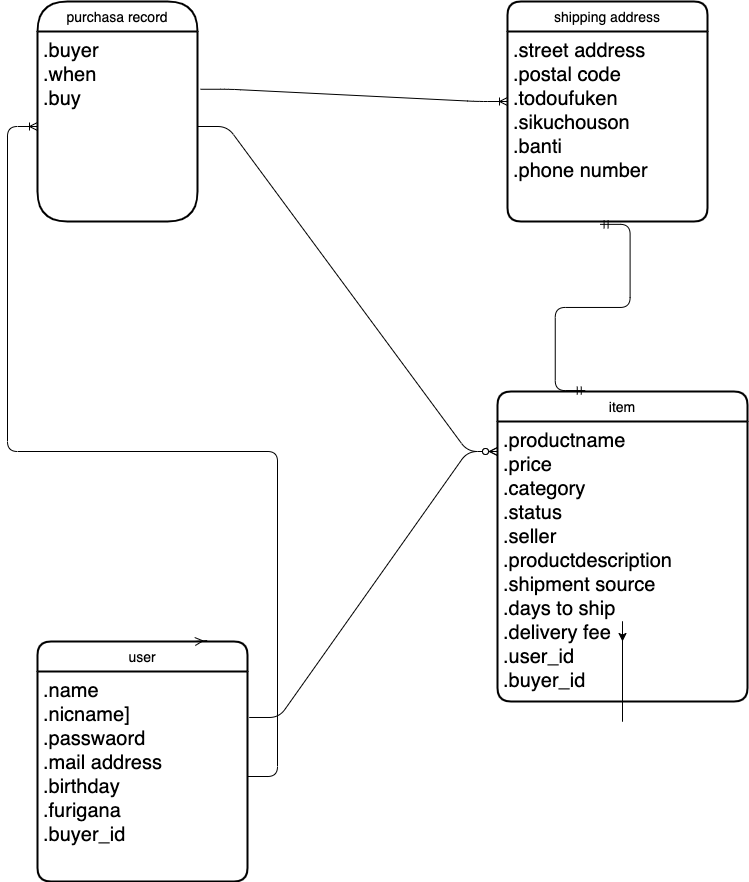
The draw.io diagram test.drawio.png in gakigakigakigakigaki/furima-31878, before a commit. Source tidied: cells renumbered, new cells last; positions are measured from the earlier drawing's top-left corner, leaving out a move shared by most shapes.
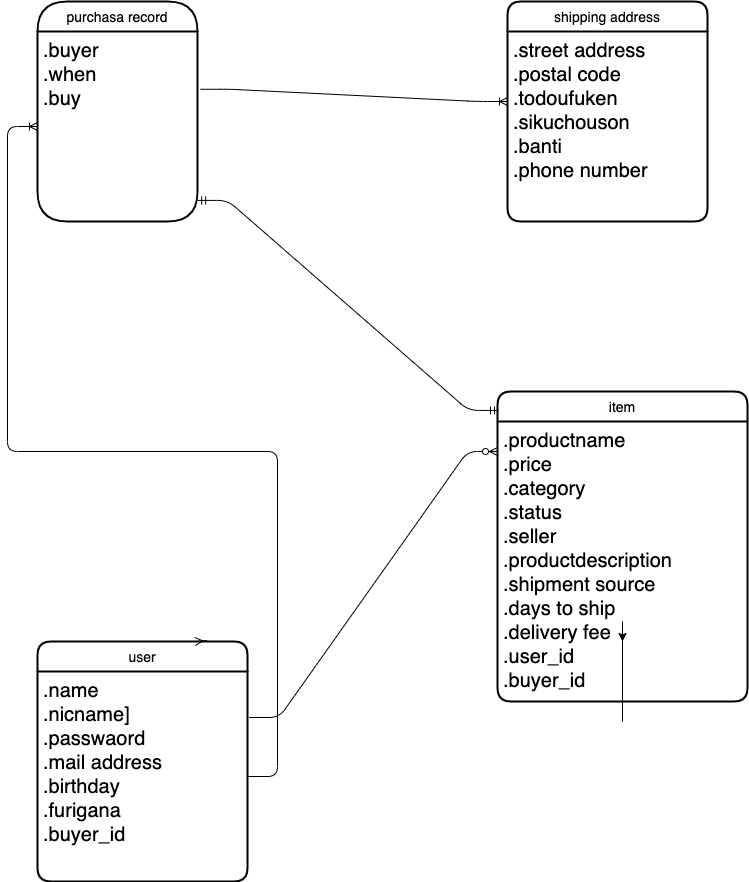
The same diagram one commit later.

Commit message:
テーブル設計

The edit, as a diff of the source:
```diff
@@ -30,14 +30,6 @@
         <mxPoint x="460" y="450" as="targetPoint" />
       </mxGeometry>
     </mxCell>
-    <mxCell id="10" style="edgeStyle=entityRelationEdgeStyle;fontSize=12;html=1;endArrow=ERzeroToMany;endFill=1;exitX=1;exitY=0.5;exitDx=0;exitDy=0;" parent="1" edge="1" source="6">
-      <mxGeometry relative="1" as="geometry">
-        <mxPoint x="460" y="450" as="targetPoint" />
-      </mxGeometry>
-    </mxCell>
-    <mxCell id="11" style="edgeStyle=entityRelationEdgeStyle;fontSize=12;html=1;endArrow=ERmandOne;startArrow=ERmandOne;entryX=0.351;entryY=-0.003;entryDx=0;entryDy=0;entryPerimeter=0;exitX=0.463;exitY=1.015;exitDx=0;exitDy=0;exitPerimeter=0;" parent="1" edge="1" source="8" target="2">
-      <mxGeometry relative="1" as="geometry" />
-    </mxCell>
     <mxCell id="12" value="user" style="swimlane;horizontal=1;startSize=30;rounded=1;fontSize=14;fontStyle=0;strokeWidth=2;shadow=0;dashed=0;align=center;" parent="1" vertex="1">
       <mxGeometry y="640" width="210" height="240" as="geometry" />
     </mxCell>
@@ -55,5 +47,8 @@
         <mxPoint x="470" y="100" as="targetPoint" />
       </mxGeometry>
     </mxCell>
+    <mxCell id="17" style="edgeStyle=entityRelationEdgeStyle;fontSize=12;html=1;endArrow=ERmandOne;startArrow=ERmandOne;entryX=0.004;entryY=0.061;entryDx=0;entryDy=0;entryPerimeter=0;exitX=1.001;exitY=0.889;exitDx=0;exitDy=0;exitPerimeter=0;" parent="1" edge="1" source="6" target="2">
+      <mxGeometry relative="1" as="geometry" />
+    </mxCell>
   </root>
 </mxGraphModel>
```
